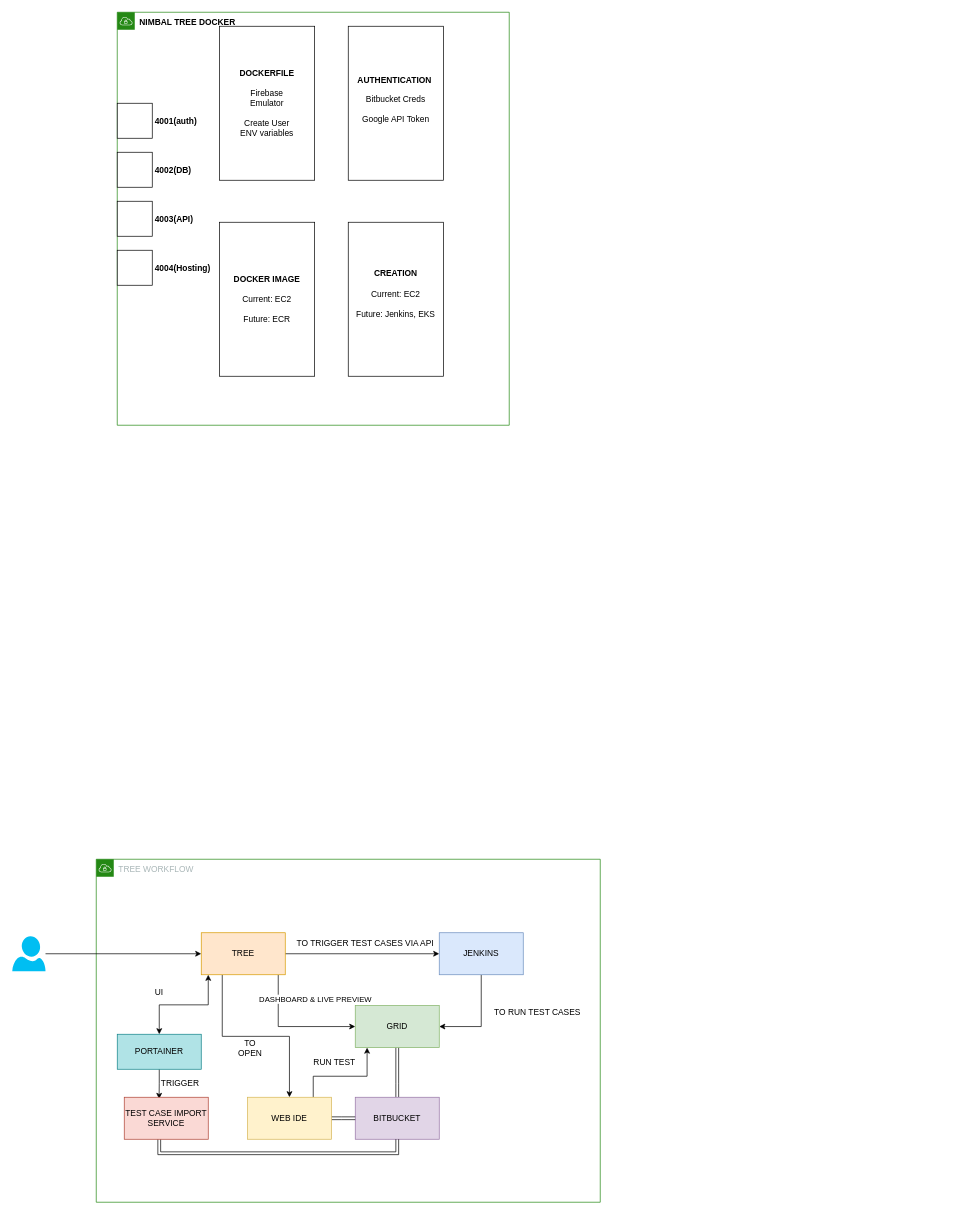
This is page "NIMBAL TREE DOCKER" (4 of 7) of Nimbal.drawio from haarsh31/architecture, a draw.io file, before an edit. Source tidied: cells renumbered, new cells numbered last; positions are measured from the earlier drawing's top-left corner, leaving out a move shared by most shapes. Both pictures are drawn from the tidied source at 70%, with x=0, y=0 at pixel (12, 12).
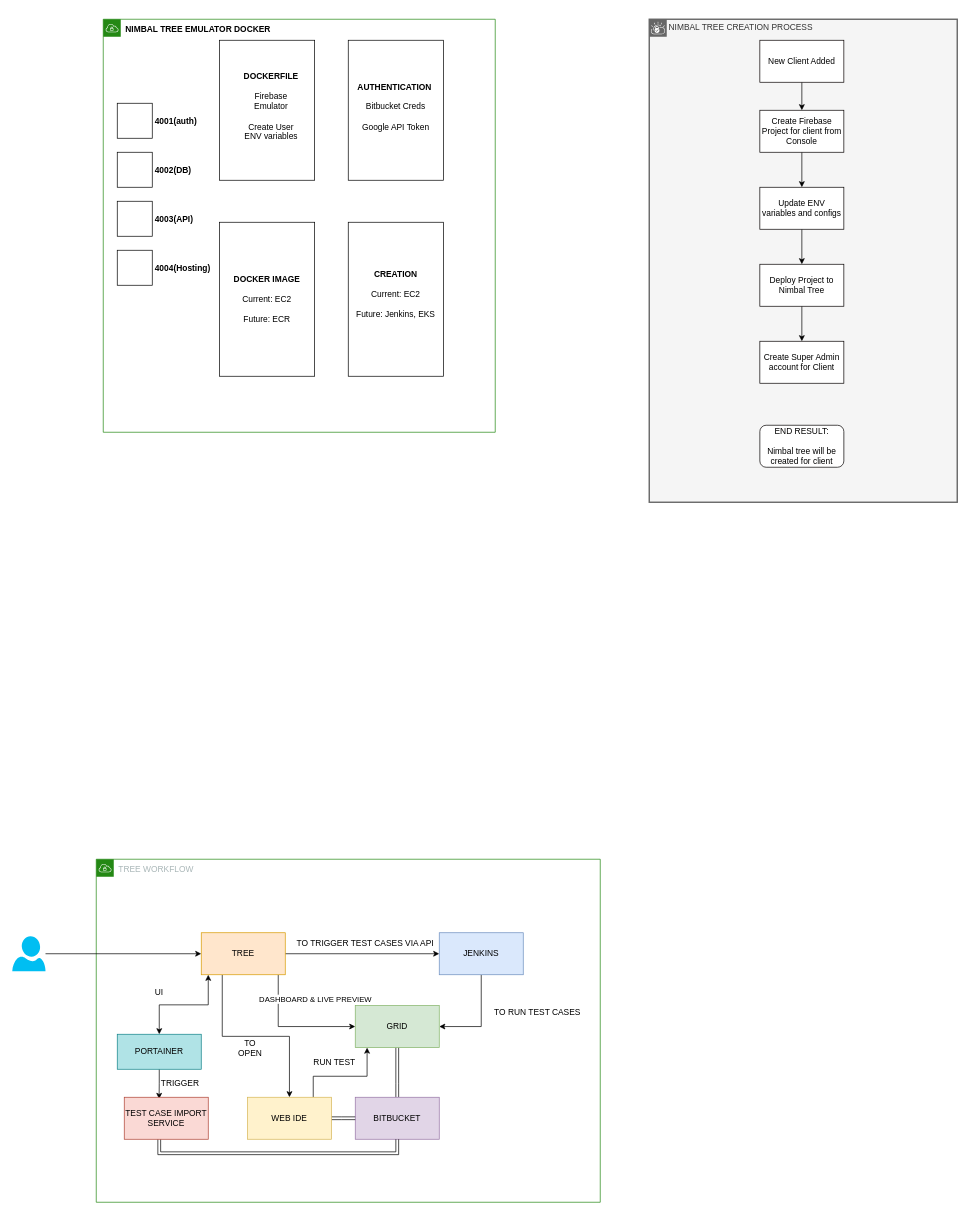
The same page after the edit.

Change to the diagram source:
```diff
@@
-    <mxCell id="4" value="&lt;b&gt;&lt;font color=&quot;#000000&quot;&gt;NIMBAL TREE DOCKER&lt;/font&gt;&lt;/b&gt;" style="gradientColor=none;html=1;whiteSpace=wrap;fontSize=12;fontStyle=0;shape=mxgraph.aws4.group;grIcon=mxgraph.aws4.group_vpc;strokeColor=#248814;fillColor=default;verticalAlign=top;align=left;spacingLeft=30;fontColor=#AAB7B8;dashed=0;" parent="1" vertex="1">
-      <mxGeometry x="150" width="560" height="590" as="geometry" />
+    <mxCell id="4" value="&lt;b&gt;&lt;font color=&quot;#000000&quot;&gt;NIMBAL TREE EMULATOR DOCKER&lt;/font&gt;&lt;/b&gt;" style="gradientColor=none;html=1;whiteSpace=wrap;fontSize=12;fontStyle=0;shape=mxgraph.aws4.group;grIcon=mxgraph.aws4.group_vpc;strokeColor=#248814;fillColor=default;verticalAlign=top;align=left;spacingLeft=30;fontColor=#AAB7B8;dashed=0;" parent="1" vertex="1">
+      <mxGeometry x="130" y="10" width="560" height="590" as="geometry" />
     </mxCell>
@@
     <mxCell id="6" style="rounded=0;whiteSpace=wrap;html=1;fillColor=default;" parent="1" vertex="1">
-      <mxGeometry x="296" y="20" width="136" height="220" as="geometry" />
+      <mxGeometry x="296" y="40" width="136" height="200" as="geometry" />
     </mxCell>
     <mxCell id="7" value="&lt;b&gt;DOCKERFILE&lt;/b&gt;&lt;br&gt;&lt;br&gt;Firebase Emulator&lt;br&gt;&lt;br&gt;Create User&lt;br&gt;ENV variables" style="text;html=1;strokeColor=none;fillColor=none;align=center;verticalAlign=middle;whiteSpace=wrap;rounded=0;" parent="1" vertex="1">
-      <mxGeometry x="314" y="45" width="100" height="170" as="geometry" />
+      <mxGeometry x="320" y="60" width="100" height="150" as="geometry" />
     </mxCell>
     <mxCell id="8" style="rounded=0;whiteSpace=wrap;html=1;fillColor=default;" parent="1" vertex="1">
-      <mxGeometry x="480" y="20" width="136" height="220" as="geometry" />
+      <mxGeometry x="480" y="40" width="136" height="200" as="geometry" />
     </mxCell>
     <mxCell id="9" value="&lt;b&gt;AUTHENTICATION&amp;nbsp;&lt;/b&gt;&lt;br&gt;&lt;br&gt;Bitbucket Creds&lt;br&gt;&lt;br&gt;Google API Token" style="text;html=1;strokeColor=none;fillColor=none;align=center;verticalAlign=middle;whiteSpace=wrap;rounded=0;" parent="1" vertex="1">
-      <mxGeometry x="498" y="40" width="100" height="170" as="geometry" />
+      <mxGeometry x="498" y="60" width="100" height="150" as="geometry" />
     </mxCell>
@@
+    <mxCell id="40" value="NIMBAL TREE CREATION PROCESS" style="shape=mxgraph.ibm.box;prType=vpc;fontStyle=0;verticalAlign=top;align=left;spacingLeft=32;spacingTop=4;fillColor=#f5f5f5;rounded=0;whiteSpace=wrap;html=1;strokeColor=#666666;strokeWidth=2;dashed=0;spacing=-4;fontColor=#333333;" parent="1" vertex="1">
+      <mxGeometry x="910" y="10" width="440" height="690" as="geometry" />
+    </mxCell>
+    <mxCell id="41" style="edgeStyle=orthogonalEdgeStyle;rounded=0;jettySize=auto;html=1;" parent="40" edge="1" source="42" target="44">
+      <mxGeometry relative="1" as="geometry" />
+    </mxCell>
+    <mxCell id="42" value="New Client Added" style="rounded=0;whiteSpace=wrap;html=1;strokeColor=#080000;" parent="40" vertex="1">
+      <mxGeometry x="158" y="30" width="120" height="60" as="geometry" />
+    </mxCell>
+    <mxCell id="43" style="edgeStyle=orthogonalEdgeStyle;rounded=0;jettySize=auto;html=1;entryX=0.5;entryY=0;entryDx=0;entryDy=0;" parent="40" edge="1" source="44" target="46">
+      <mxGeometry relative="1" as="geometry" />
+    </mxCell>
+    <mxCell id="44" value="Create Firebase Project for client from Console" style="whiteSpace=wrap;html=1;rounded=0;strokeColor=#050000;" parent="40" vertex="1">
+      <mxGeometry x="158" y="130" width="120" height="60" as="geometry" />
+    </mxCell>
+    <mxCell id="45" style="edgeStyle=orthogonalEdgeStyle;rounded=0;jettySize=auto;html=1;" parent="40" edge="1" source="46" target="48">
+      <mxGeometry relative="1" as="geometry" />
+    </mxCell>
+    <mxCell id="46" value="Update ENV variables and configs" style="rounded=0;whiteSpace=wrap;html=1;strokeColor=#050000;" parent="40" vertex="1">
+      <mxGeometry x="158" y="240" width="120" height="60" as="geometry" />
+    </mxCell>
+    <mxCell id="47" style="edgeStyle=orthogonalEdgeStyle;rounded=0;jettySize=auto;html=1;" parent="40" edge="1" source="48" target="49">
+      <mxGeometry relative="1" as="geometry" />
+    </mxCell>
+    <mxCell id="48" value="Deploy Project to Nimbal Tree" style="rounded=0;whiteSpace=wrap;html=1;strokeColor=#050000;" parent="40" vertex="1">
+      <mxGeometry x="158" y="350" width="120" height="60" as="geometry" />
+    </mxCell>
+    <mxCell id="49" value="Create Super Admin account for Client" style="rounded=0;whiteSpace=wrap;html=1;strokeColor=#050000;" parent="40" vertex="1">
+      <mxGeometry x="158" y="460" width="120" height="60" as="geometry" />
+    </mxCell>
+    <mxCell id="50" value="END RESULT:&lt;br&gt;&lt;br&gt;Nimbal tree will be created for client" style="rounded=1;whiteSpace=wrap;html=1;strokeColor=#050000;" parent="40" vertex="1">
+      <mxGeometry x="158" y="580" width="120" height="60" as="geometry" />
+    </mxCell>
```
